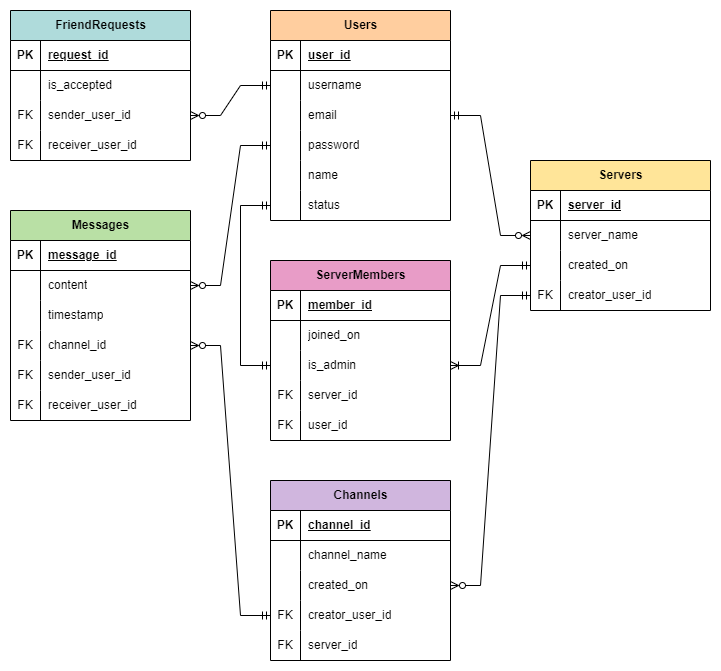
Before: docs/ERD.png, a diagram exported from draw.io (theresaxn/Theresa-T2A2_APIWebserver). Source tidied: cells renumbered, new cells last; positions are measured from the earlier drawing's top-left corner, leaving out a move shared by most shapes.
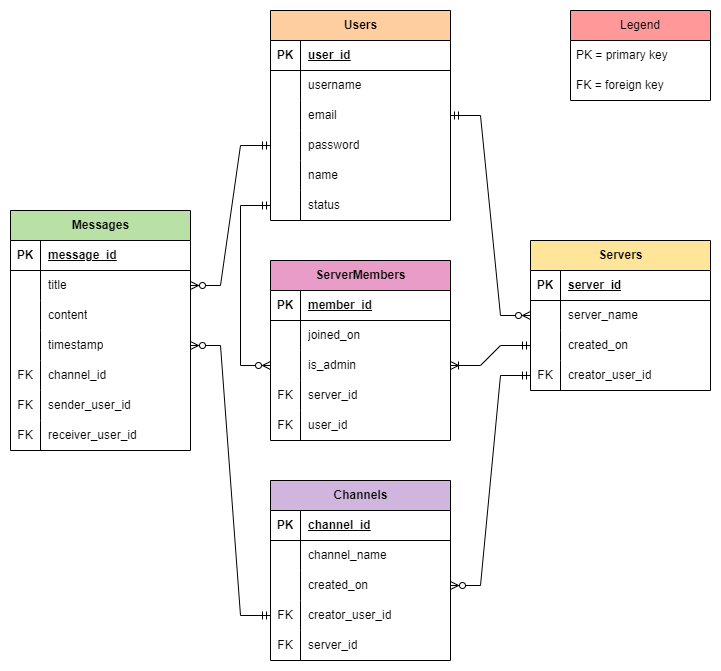
The same diagram one commit later.

Diff of the diagram source:
```diff
@@ -59,47 +59,8 @@
     <mxCell id="20" value="status" style="shape=partialRectangle;fillColor=none;top=0;left=0;bottom=0;right=0;align=left;spacingLeft=6;overflow=hidden;whiteSpace=wrap;html=1;" parent="18" vertex="1">
       <mxGeometry x="30" width="150" height="30" as="geometry" />
     </mxCell>
-    <mxCell id="21" value="FriendRequests" style="shape=table;startSize=30;rowLines=0;fontStyle=1;align=center;html=1;fillColor=#AFDBDB;" parent="1" vertex="1">
-      <mxGeometry width="180" height="150" as="geometry" />
-    </mxCell>
-    <mxCell id="22" style="shape=tableRow;horizontal=0;startSize=0;swimlaneHead=0;swimlaneBody=0;fillColor=none;top=0;left=0;right=0;bottom=1;" parent="21" vertex="1">
-      <mxGeometry y="30" width="180" height="30" as="geometry" />
-    </mxCell>
-    <mxCell id="23" value="PK" style="shape=partialRectangle;fillColor=none;top=0;left=0;bottom=0;right=0;fontStyle=1;overflow=hidden;whiteSpace=wrap;html=1;" parent="22" vertex="1">
-      <mxGeometry width="30" height="30" as="geometry" />
-    </mxCell>
-    <mxCell id="24" value="request_id" style="shape=partialRectangle;fillColor=none;top=0;left=0;bottom=0;right=0;align=left;spacingLeft=6;fontStyle=5;overflow=hidden;whiteSpace=wrap;html=1;" parent="22" vertex="1">
-      <mxGeometry x="30" width="150" height="30" as="geometry" />
-    </mxCell>
-    <mxCell id="25" style="shape=tableRow;horizontal=0;startSize=0;swimlaneHead=0;swimlaneBody=0;fillColor=none;top=0;left=0;right=0;bottom=0;" parent="21" vertex="1">
-      <mxGeometry y="60" width="180" height="30" as="geometry" />
-    </mxCell>
-    <mxCell id="26" style="shape=partialRectangle;fillColor=none;top=0;left=0;bottom=0;right=0;overflow=hidden;whiteSpace=wrap;html=1;" parent="25" vertex="1">
-      <mxGeometry width="30" height="30" as="geometry" />
-    </mxCell>
-    <mxCell id="27" value="is_accepted" style="shape=partialRectangle;fillColor=none;top=0;left=0;bottom=0;right=0;align=left;spacingLeft=6;overflow=hidden;whiteSpace=wrap;html=1;" parent="25" vertex="1">
-      <mxGeometry x="30" width="150" height="30" as="geometry" />
-    </mxCell>
-    <mxCell id="28" style="shape=tableRow;horizontal=0;startSize=0;swimlaneHead=0;swimlaneBody=0;fillColor=none;points=[[0,0.5],[1,0.5]];portConstraint=eastwest;top=0;left=0;right=0;bottom=0;" parent="21" vertex="1">
-      <mxGeometry y="90" width="180" height="30" as="geometry" />
-    </mxCell>
-    <mxCell id="29" value="FK" style="shape=partialRectangle;fillColor=none;top=0;left=0;bottom=0;right=0;overflow=hidden;whiteSpace=wrap;html=1;" parent="28" vertex="1">
-      <mxGeometry width="30" height="30" as="geometry" />
-    </mxCell>
-    <mxCell id="30" value="sender_user_id" style="shape=partialRectangle;fillColor=none;top=0;left=0;bottom=0;right=0;align=left;spacingLeft=6;overflow=hidden;whiteSpace=wrap;html=1;" parent="28" vertex="1">
-      <mxGeometry x="30" width="150" height="30" as="geometry" />
-    </mxCell>
-    <mxCell id="31" style="shape=tableRow;horizontal=0;startSize=0;swimlaneHead=0;swimlaneBody=0;fillColor=none;top=0;left=0;right=0;bottom=0;" parent="21" vertex="1">
-      <mxGeometry y="120" width="180" height="30" as="geometry" />
-    </mxCell>
-    <mxCell id="32" value="FK" style="shape=partialRectangle;fillColor=none;top=0;left=0;bottom=0;right=0;overflow=hidden;whiteSpace=wrap;html=1;" parent="31" vertex="1">
-      <mxGeometry width="30" height="30" as="geometry" />
-    </mxCell>
-    <mxCell id="33" value="receiver_user_id" style="shape=partialRectangle;fillColor=none;top=0;left=0;bottom=0;right=0;align=left;spacingLeft=6;overflow=hidden;whiteSpace=wrap;html=1;" parent="31" vertex="1">
-      <mxGeometry x="30" width="150" height="30" as="geometry" />
-    </mxCell>
     <mxCell id="34" value="Messages" style="shape=table;startSize=30;rowLines=0;fontStyle=1;align=center;html=1;fillColor=#B9E0A5;" parent="1" vertex="1">
-      <mxGeometry y="200" width="180" height="210" as="geometry" />
+      <mxGeometry y="200" width="180" height="240" as="geometry" />
     </mxCell>
     <mxCell id="35" style="shape=tableRow;horizontal=0;startSize=0;swimlaneHead=0;swimlaneBody=0;fillColor=none;top=0;left=0;right=0;bottom=1;" parent="34" vertex="1">
       <mxGeometry y="30" width="180" height="30" as="geometry" />
@@ -116,7 +77,7 @@
     <mxCell id="39" style="shape=partialRectangle;fillColor=none;top=0;left=0;bottom=0;right=0;overflow=hidden;whiteSpace=wrap;html=1;" parent="38" vertex="1">
       <mxGeometry width="30" height="30" as="geometry" />
     </mxCell>
-    <mxCell id="40" value="content" style="shape=partialRectangle;fillColor=none;top=0;left=0;bottom=0;right=0;align=left;spacingLeft=6;overflow=hidden;whiteSpace=wrap;html=1;" parent="38" vertex="1">
+    <mxCell id="40" value="title" style="shape=partialRectangle;fillColor=none;top=0;left=0;bottom=0;right=0;align=left;spacingLeft=6;overflow=hidden;whiteSpace=wrap;html=1;" parent="38" vertex="1">
       <mxGeometry x="30" width="150" height="30" as="geometry" />
     </mxCell>
     <mxCell id="41" style="shape=tableRow;horizontal=0;startSize=0;swimlaneHead=0;swimlaneBody=0;fillColor=none;top=0;left=0;right=0;bottom=0;" parent="34" vertex="1">
@@ -125,16 +86,16 @@
     <mxCell id="42" style="shape=partialRectangle;fillColor=none;top=0;left=0;bottom=0;right=0;overflow=hidden;whiteSpace=wrap;html=1;" parent="41" vertex="1">
       <mxGeometry width="30" height="30" as="geometry" />
     </mxCell>
-    <mxCell id="43" value="timestamp" style="shape=partialRectangle;fillColor=none;top=0;left=0;bottom=0;right=0;align=left;spacingLeft=6;overflow=hidden;whiteSpace=wrap;html=1;" parent="41" vertex="1">
+    <mxCell id="43" value="content" style="shape=partialRectangle;fillColor=none;top=0;left=0;bottom=0;right=0;align=left;spacingLeft=6;overflow=hidden;whiteSpace=wrap;html=1;" parent="41" vertex="1">
       <mxGeometry x="30" width="150" height="30" as="geometry" />
     </mxCell>
     <mxCell id="44" style="shape=tableRow;horizontal=0;startSize=0;swimlaneHead=0;swimlaneBody=0;fillColor=none;points=[[0,0.5],[1,0.5]];portConstraint=eastwest;top=0;left=0;right=0;bottom=0;" parent="34" vertex="1">
       <mxGeometry y="120" width="180" height="30" as="geometry" />
     </mxCell>
-    <mxCell id="45" value="FK" style="shape=partialRectangle;fillColor=none;top=0;left=0;bottom=0;right=0;overflow=hidden;whiteSpace=wrap;html=1;" parent="44" vertex="1">
+    <mxCell id="45" style="shape=partialRectangle;fillColor=none;top=0;left=0;bottom=0;right=0;overflow=hidden;whiteSpace=wrap;html=1;" parent="44" vertex="1">
       <mxGeometry width="30" height="30" as="geometry" />
     </mxCell>
-    <mxCell id="46" value="channel_id" style="shape=partialRectangle;fillColor=none;top=0;left=0;bottom=0;right=0;align=left;spacingLeft=6;overflow=hidden;whiteSpace=wrap;html=1;" parent="44" vertex="1">
+    <mxCell id="46" value="timestamp" style="shape=partialRectangle;fillColor=none;top=0;left=0;bottom=0;right=0;align=left;spacingLeft=6;overflow=hidden;whiteSpace=wrap;html=1;" parent="44" vertex="1">
       <mxGeometry x="30" width="150" height="30" as="geometry" />
     </mxCell>
     <mxCell id="47" style="shape=tableRow;horizontal=0;startSize=0;swimlaneHead=0;swimlaneBody=0;fillColor=none;top=0;left=0;right=0;bottom=0;" parent="34" vertex="1">
@@ -143,7 +104,7 @@
     <mxCell id="48" value="FK" style="shape=partialRectangle;fillColor=none;top=0;left=0;bottom=0;right=0;overflow=hidden;whiteSpace=wrap;html=1;" parent="47" vertex="1">
       <mxGeometry width="30" height="30" as="geometry" />
     </mxCell>
-    <mxCell id="49" value="sender_user_id" style="shape=partialRectangle;fillColor=none;top=0;left=0;bottom=0;right=0;align=left;spacingLeft=6;overflow=hidden;whiteSpace=wrap;html=1;" parent="47" vertex="1">
+    <mxCell id="49" value="channel_id" style="shape=partialRectangle;fillColor=none;top=0;left=0;bottom=0;right=0;align=left;spacingLeft=6;overflow=hidden;whiteSpace=wrap;html=1;" parent="47" vertex="1">
       <mxGeometry x="30" width="150" height="30" as="geometry" />
     </mxCell>
     <mxCell id="50" style="shape=tableRow;horizontal=0;startSize=0;swimlaneHead=0;swimlaneBody=0;fillColor=none;top=0;left=0;right=0;bottom=0;" parent="34" vertex="1">
@@ -152,9 +113,18 @@
     <mxCell id="51" value="FK" style="shape=partialRectangle;fillColor=none;top=0;left=0;bottom=0;right=0;overflow=hidden;whiteSpace=wrap;html=1;" parent="50" vertex="1">
       <mxGeometry width="30" height="30" as="geometry" />
     </mxCell>
-    <mxCell id="52" value="receiver_user_id" style="shape=partialRectangle;fillColor=none;top=0;left=0;bottom=0;right=0;align=left;spacingLeft=6;overflow=hidden;whiteSpace=wrap;html=1;" parent="50" vertex="1">
+    <mxCell id="52" value="sender_user_id" style="shape=partialRectangle;fillColor=none;top=0;left=0;bottom=0;right=0;align=left;spacingLeft=6;overflow=hidden;whiteSpace=wrap;html=1;" parent="50" vertex="1">
       <mxGeometry x="30" width="150" height="30" as="geometry" />
     </mxCell>
+    <mxCell id="105" style="shape=tableRow;horizontal=0;startSize=0;swimlaneHead=0;swimlaneBody=0;fillColor=none;top=0;left=0;right=0;bottom=0;" parent="34" vertex="1">
+      <mxGeometry y="210" width="180" height="30" as="geometry" />
+    </mxCell>
+    <mxCell id="106" value="FK" style="shape=partialRectangle;fillColor=none;top=0;left=0;bottom=0;right=0;overflow=hidden;whiteSpace=wrap;html=1;" parent="105" vertex="1">
+      <mxGeometry width="30" height="30" as="geometry" />
+    </mxCell>
+    <mxCell id="33" value="receiver_user_id" style="shape=partialRectangle;fillColor=none;top=0;left=0;bottom=0;right=0;align=left;spacingLeft=6;overflow=hidden;whiteSpace=wrap;html=1;" parent="105" vertex="1">
+      <mxGeometry x="30" width="150" height="30" as="geometry" />
+    </mxCell>
     <mxCell id="53" value="ServerMembers" style="shape=table;startSize=30;rowLines=0;fontStyle=1;align=center;html=1;fillColor=#E89CC7;" parent="1" vertex="1">
       <mxGeometry x="260" y="250" width="180" height="180" as="geometry" />
     </mxCell>
@@ -204,7 +174,7 @@
       <mxGeometry x="30" width="150" height="30" as="geometry" />
     </mxCell>
     <mxCell id="69" value="Servers" style="shape=table;startSize=30;rowLines=0;fontStyle=1;align=center;html=1;fillColor=#FFE599;" parent="1" vertex="1">
-      <mxGeometry x="520" y="150" width="180" height="150" as="geometry" />
+      <mxGeometry x="520" y="230" width="180" height="150" as="geometry" />
     </mxCell>
     <mxCell id="70" style="shape=tableRow;horizontal=0;startSize=0;swimlaneHead=0;swimlaneBody=0;fillColor=none;top=0;left=0;right=0;bottom=1;" parent="69" vertex="1">
       <mxGeometry y="30" width="180" height="30" as="geometry" />
@@ -293,9 +263,6 @@
     <mxCell id="98" style="edgeStyle=entityRelationEdgeStyle;fontSize=12;html=1;endArrow=ERzeroToMany;rounded=0;exitX=0;exitY=0.5;exitDx=0;exitDy=0;entryX=1;entryY=0.5;entryDx=0;entryDy=0;startArrow=ERmandOne;startFill=0;endFill=0;" parent="1" edge="1" source="12" target="38">
       <mxGeometry relative="1" as="geometry" />
     </mxCell>
-    <mxCell id="99" style="edgeStyle=entityRelationEdgeStyle;fontSize=12;html=1;endArrow=ERmandOne;rounded=0;exitX=1;exitY=0.5;exitDx=0;exitDy=0;entryX=0;entryY=0.5;entryDx=0;entryDy=0;startArrow=ERzeroToMany;startFill=0;endFill=0;" parent="1" edge="1" source="28" target="6">
-      <mxGeometry relative="1" as="geometry" />
-    </mxCell>
     <mxCell id="100" style="edgeStyle=entityRelationEdgeStyle;fontSize=12;html=1;endArrow=ERzeroToMany;startArrow=ERmandOne;rounded=0;exitX=1;exitY=0.5;exitDx=0;exitDy=0;startFill=0;endFill=0;entryX=0;entryY=0.5;entryDx=0;entryDy=0;" parent="1" edge="1" source="9" target="73">
       <mxGeometry relative="1" as="geometry" />
     </mxCell>
@@ -308,12 +275,21 @@
     <mxCell id="103" style="edgeStyle=entityRelationEdgeStyle;fontSize=12;html=1;endArrow=ERzeroToMany;rounded=0;exitX=0;exitY=0.5;exitDx=0;exitDy=0;startArrow=ERmandOne;startFill=0;endFill=0;entryX=1;entryY=0.5;entryDx=0;entryDy=0;" parent="1" edge="1" source="92" target="44">
       <mxGeometry relative="1" as="geometry" />
     </mxCell>
-    <mxCell id="104" style="edgeStyle=elbowEdgeStyle;fontSize=12;html=1;endArrow=ERmandOne;startArrow=ERmandOne;rounded=0;exitX=0;exitY=0.5;exitDx=0;exitDy=0;entryX=0;entryY=0.5;entryDx=0;entryDy=0;endFill=0;" parent="1" edge="1" source="18" target="60">
+    <mxCell id="104" style="edgeStyle=elbowEdgeStyle;fontSize=12;html=1;endArrow=ERzeroToMany;startArrow=ERmandOne;rounded=0;exitX=0;exitY=0.5;exitDx=0;exitDy=0;entryX=0;entryY=0.5;entryDx=0;entryDy=0;endFill=0;" parent="1" edge="1" source="18" target="60">
       <mxGeometry relative="1" as="geometry">
         <Array as="points">
           <mxPoint x="230" y="280" />
         </Array>
       </mxGeometry>
     </mxCell>
+    <mxCell id="107" value="Legend" style="swimlane;fontStyle=0;horizontal=1;startSize=30;whiteSpace=wrap;html=1;fillColor=#FF9999;" parent="1" vertex="1">
+      <mxGeometry x="560" width="140" height="90" as="geometry" />
+    </mxCell>
+    <mxCell id="108" value="PK = primary key" style="text;strokeColor=none;fillColor=none;align=left;verticalAlign=middle;spacingLeft=4;spacingRight=4;overflow=hidden;whiteSpace=wrap;html=1;" parent="107" vertex="1">
+      <mxGeometry y="30" width="140" height="30" as="geometry" />
+    </mxCell>
+    <mxCell id="109" value="FK = foreign key" style="text;strokeColor=none;fillColor=none;align=left;verticalAlign=middle;spacingLeft=4;spacingRight=4;overflow=hidden;whiteSpace=wrap;html=1;" parent="107" vertex="1">
+      <mxGeometry y="60" width="140" height="30" as="geometry" />
+    </mxCell>
   </root>
 </mxGraphModel>
```
